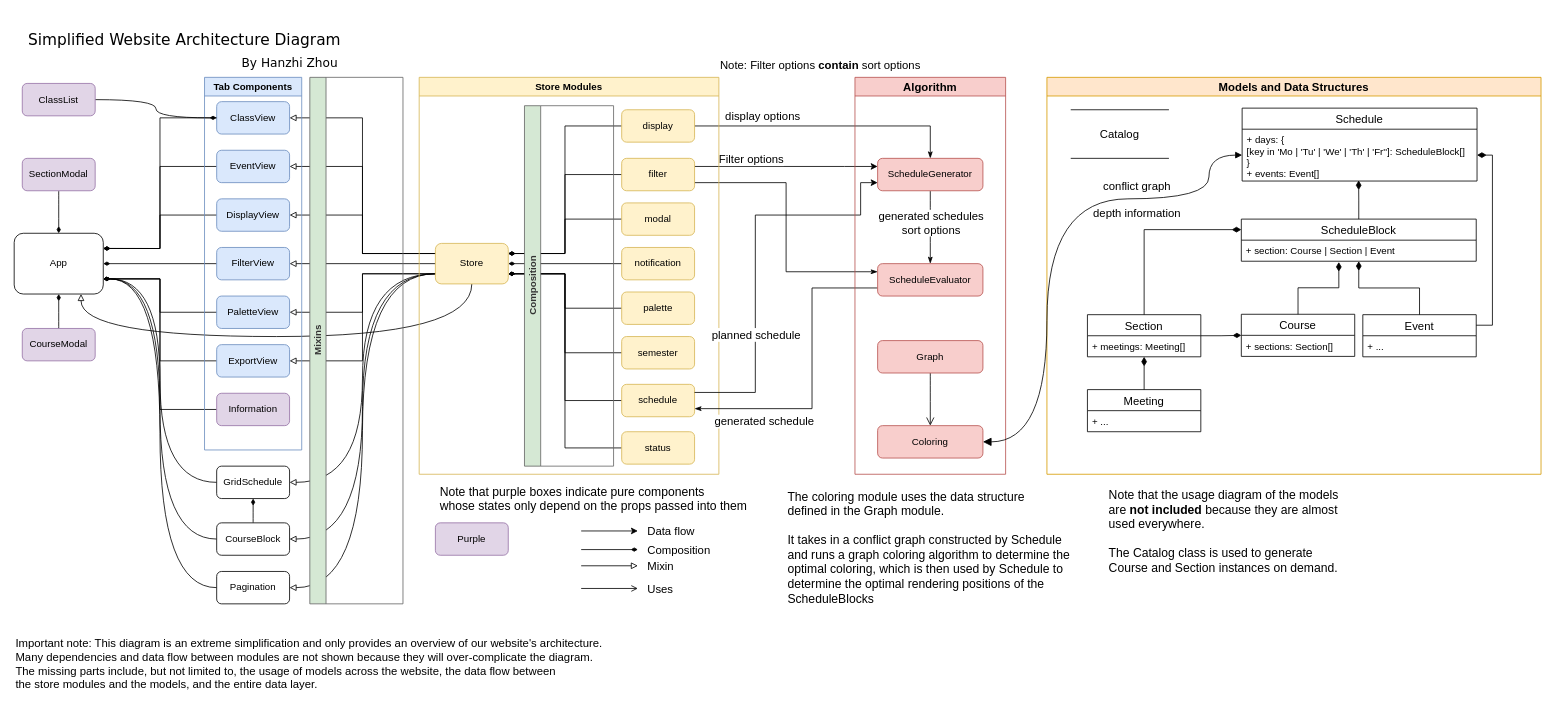
This is docs/Website Architecture.drawio from awesome-schedule/plannable, a draw.io file, before an edit. Source tidied: cells renumbered, new cells numbered last; positions are measured from the earlier drawing's top-left corner, leaving out a move shared by most shapes. Both pictures are drawn from the tidied source at 81%, with x=0, y=0 at pixel (14, 31).
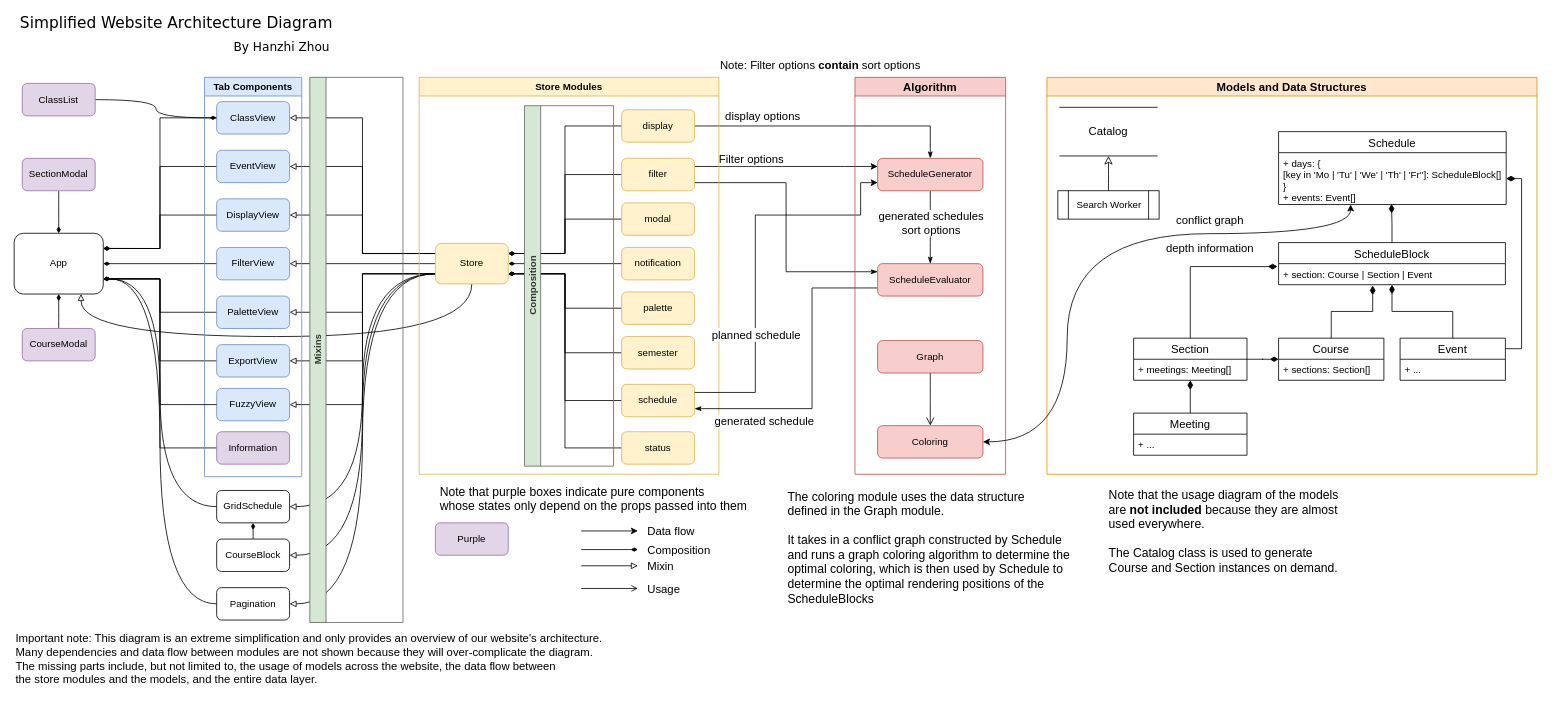
The same diagram, later.

Commit message:
update arch diagram to include new components

Unchanged cells that the change refers to:
```xml
<mxCell id="20" value="Store" style="rounded=1;whiteSpace=wrap;html=1;fillColor=#fff2cc;strokeColor=#d6b656;" parent="1" vertex="1">
  <mxGeometry x="520" y="262" width="90" height="50" as="geometry" />
</mxCell>
<mxCell id="39" value="App" style="rounded=1;whiteSpace=wrap;html=1;" parent="1" vertex="1">
  <mxGeometry y="249.5" width="110" height="75" as="geometry" />
</mxCell>
<mxCell id="84" value="Coloring" style="rounded=1;whiteSpace=wrap;html=1;fillColor=#f8cecc;strokeColor=#b85450;" parent="83" vertex="1">
  <mxGeometry x="28" y="430" width="130" height="40" as="geometry" />
</mxCell>
```

What changed in the source:
```diff
@@
+    <mxCell id="118" style="edgeStyle=orthogonalEdgeStyle;rounded=0;jettySize=auto;html=1;exitX=0;exitY=0.75;exitDx=0;exitDy=0;entryX=1;entryY=0.5;entryDx=0;entryDy=0;endArrow=block;endFill=0;" parent="1" edge="1" source="20" target="119">
+      <mxGeometry relative="1" as="geometry" />
+    </mxCell>
@@
+    <mxCell id="48" value="Tab Components" style="swimlane;startSize=23;fillColor=#dae8fc;strokeColor=#6c8ebf;" parent="1" vertex="1">
+      <mxGeometry x="235" y="57" width="120" height="493" as="geometry" />
+    </mxCell>
-    <mxCell id="47" value="Information" style="rounded=1;whiteSpace=wrap;html=1;fillColor=#e1d5e7;strokeColor=#9673a6;gradientDirection=east;" parent="1" vertex="1">
-      <mxGeometry x="250" y="447" width="90" height="40" as="geometry" />
+    <mxCell id="47" value="Information" style="rounded=1;whiteSpace=wrap;html=1;fillColor=#e1d5e7;strokeColor=#9673a6;gradientDirection=east;" parent="48" vertex="1">
+      <mxGeometry x="15" y="437.5" width="90" height="40" as="geometry" />
     </mxCell>
-    <mxCell id="48" value="Tab Components" style="swimlane;startSize=23;fillColor=#dae8fc;strokeColor=#6c8ebf;" parent="1" vertex="1">
-      <mxGeometry x="235" y="57" width="120" height="460" as="geometry" />
-    </mxCell>
+    <mxCell id="119" value="FuzzyView" style="rounded=1;whiteSpace=wrap;html=1;fillColor=#dae8fc;strokeColor=#6c8ebf;" parent="48" vertex="1">
+      <mxGeometry x="15" y="384" width="90" height="40" as="geometry" />
+    </mxCell>
@@
     <mxCell id="53" value="Mixins" style="swimlane;html=1;horizontal=0;startSize=20;fillColor=#D5E8D4;strokeColor=#666666;fontColor=#333333;shadow=0;glass=0;noLabel=0;" parent="1" vertex="1">
-      <mxGeometry x="365" y="57" width="115" height="650" as="geometry" />
+      <mxGeometry x="365" y="57" width="115" height="673" as="geometry" />
     </mxCell>
@@
     <mxCell id="57" value="Pagination" style="rounded=1;whiteSpace=wrap;html=1;" parent="1" vertex="1">
-      <mxGeometry x="250" y="667" width="90" height="40" as="geometry" />
+      <mxGeometry x="250" y="687" width="90" height="40" as="geometry" />
     </mxCell>
@@
     <mxCell id="59" value="GridSchedule" style="rounded=1;whiteSpace=wrap;html=1;" parent="1" vertex="1">
-      <mxGeometry x="250" y="537" width="90" height="40" as="geometry" />
+      <mxGeometry x="250" y="567" width="90" height="40" as="geometry" />
     </mxCell>
@@
-    <mxCell id="61" style="edgeStyle=orthogonalEdgeStyle;curved=1;rounded=0;jettySize=auto;html=1;exitX=0;exitY=0.5;exitDx=0;exitDy=0;entryX=1;entryY=0.75;entryDx=0;entryDy=0;startArrow=none;startFill=0;endArrow=diamondThin;endFill=1;" parent="1" edge="1" source="62" target="39">
-      <mxGeometry relative="1" as="geometry" />
-    </mxCell>
     <mxCell id="62" value="CourseBlock" style="rounded=1;whiteSpace=wrap;html=1;" parent="1" vertex="1">
-      <mxGeometry x="250" y="607" width="90" height="40" as="geometry" />
+      <mxGeometry x="250" y="627" width="90" height="40" as="geometry" />
     </mxCell>
@@
-    <mxCell id="77" style="edgeStyle=orthogonalEdgeStyle;rounded=0;orthogonalLoop=1;jettySize=auto;html=1;fontSize=14;" parent="1" edge="1">
-      <mxGeometry relative="1" as="geometry">
-        <mxPoint x="700" y="617" as="sourcePoint" />
-        <mxPoint x="770" y="617" as="targetPoint" />
-      </mxGeometry>
-    </mxCell>
+    <mxCell id="120" style="edgeStyle=orthogonalEdgeStyle;rounded=0;orthogonalLoop=1;jettySize=auto;html=1;fontSize=14;" parent="1" edge="1">
+      <mxGeometry relative="1" as="geometry">
+        <mxPoint x="700" y="617" as="sourcePoint" />
+        <mxPoint x="770" y="617" as="targetPoint" />
+      </mxGeometry>
+    </mxCell>
@@
-    <mxCell id="79" style="edgeStyle=orthogonalEdgeStyle;rounded=0;orthogonalLoop=1;jettySize=auto;html=1;fontSize=14;endArrow=diamondThin;endFill=1;" parent="1" edge="1">
-      <mxGeometry relative="1" as="geometry">
-        <mxPoint x="700" y="640" as="sourcePoint" />
-        <mxPoint x="770" y="640" as="targetPoint" />
-      </mxGeometry>
-    </mxCell>
+    <mxCell id="121" style="edgeStyle=orthogonalEdgeStyle;rounded=0;orthogonalLoop=1;jettySize=auto;html=1;fontSize=14;endArrow=diamondThin;endFill=1;" parent="1" edge="1">
+      <mxGeometry relative="1" as="geometry">
+        <mxPoint x="700" y="640" as="sourcePoint" />
+        <mxPoint x="770" y="640" as="targetPoint" />
+      </mxGeometry>
+    </mxCell>
@@
-    <mxCell id="81" style="edgeStyle=orthogonalEdgeStyle;rounded=0;orthogonalLoop=1;jettySize=auto;html=1;fontSize=14;endArrow=block;endFill=0;" parent="1" edge="1">
-      <mxGeometry relative="1" as="geometry">
-        <mxPoint x="700" y="660" as="sourcePoint" />
-        <mxPoint x="770" y="660" as="targetPoint" />
-      </mxGeometry>
-    </mxCell>
+    <mxCell id="122" style="edgeStyle=orthogonalEdgeStyle;rounded=0;orthogonalLoop=1;jettySize=auto;html=1;fontSize=14;endArrow=block;endFill=0;" parent="1" edge="1">
+      <mxGeometry relative="1" as="geometry">
+        <mxPoint x="700" y="660" as="sourcePoint" />
+        <mxPoint x="770" y="660" as="targetPoint" />
+      </mxGeometry>
+    </mxCell>
@@
     <mxCell id="89" value="Course" style="swimlane;fontStyle=0;horizontal=1;startSize=26;fillColor=none;fontSize=14;" parent="1" vertex="1">
-      <mxGeometry x="1515" y="349.5" width="140" height="52" as="geometry" />
+      <mxGeometry x="1561" y="379" width="130" height="52" as="geometry" />
     </mxCell>
     <mxCell id="90" value="+ sections: Section[] " style="text;strokeColor=none;fillColor=none;align=left;verticalAlign=top;spacingLeft=4;spacingRight=4;overflow=hidden;" parent="89" vertex="1">
-      <mxGeometry y="26" width="140" height="26" as="geometry" />
+      <mxGeometry y="26" width="130" height="26" as="geometry" />
     </mxCell>
@@
-    <mxCell id="92" style="edgeStyle=orthogonalEdgeStyle;rounded=0;jettySize=auto;html=1;exitX=0.5;exitY=0;exitDx=0;exitDy=0;entryX=0;entryY=0.25;entryDx=0;entryDy=0;endArrow=diamondThin;endFill=1;fontSize=14;endSize=9;" parent="1" edge="1" source="93" target="101">
-      <mxGeometry relative="1" as="geometry" />
-    </mxCell>
+    <mxCell id="123" style="edgeStyle=orthogonalEdgeStyle;rounded=0;jettySize=auto;html=1;exitX=0.5;exitY=0;exitDx=0;exitDy=0;entryX=-0.005;entryY=0.139;entryDx=0;entryDy=0;endArrow=diamondThin;endFill=1;fontSize=14;endSize=9;entryPerimeter=0;" parent="1" edge="1" source="93" target="102">
+      <mxGeometry relative="1" as="geometry" />
+    </mxCell>
     <mxCell id="93" value="Section" style="swimlane;fontStyle=0;horizontal=1;startSize=26;fillColor=none;fontSize=14;" parent="1" vertex="1">
-      <mxGeometry x="1325" y="350" width="140" height="52" as="geometry" />
+      <mxGeometry x="1382" y="379" width="140" height="52" as="geometry" />
     </mxCell>
@@
     <mxCell id="96" value="Meeting" style="swimlane;fontStyle=0;horizontal=1;startSize=26;fillColor=none;fontSize=14;" parent="1" vertex="1">
-      <mxGeometry x="1325" y="442.5" width="140" height="52" as="geometry" />
+      <mxGeometry x="1382" y="471.5" width="140" height="52" as="geometry" />
     </mxCell>
-    <mxCell id="97" value="+ ... " style="text;strokeColor=none;fillColor=none;align=left;verticalAlign=top;spacingLeft=4;spacingRight=4;overflow=hidden;" parent="96" vertex="1">
-      <mxGeometry y="26" width="140" height="26" as="geometry" />
-    </mxCell>
+    <mxCell id="124" value="+ ... " style="text;strokeColor=none;fillColor=none;align=left;verticalAlign=top;spacingLeft=4;spacingRight=4;overflow=hidden;" parent="96" vertex="1">
+      <mxGeometry y="26" width="140" height="26" as="geometry" />
+    </mxCell>
     <mxCell id="98" value="Schedule" style="swimlane;fontStyle=0;horizontal=1;startSize=26;fillColor=none;fontSize=14;" parent="1" vertex="1">
-      <mxGeometry x="1516" y="95" width="290" height="90" as="geometry" />
+      <mxGeometry x="1561" y="124" width="281" height="90" as="geometry" />
     </mxCell>
     <mxCell id="99" value="+ days: {&#10;[key in 'Mo | 'Tu' | 'We' | 'Th' | 'Fr'']: ScheduleBlock[]&#10;} &#10;+ events: Event[]&#10;" style="text;strokeColor=none;fillColor=none;align=left;verticalAlign=top;spacingLeft=4;spacingRight=4;overflow=hidden;points=[[0,0.5],[1,0.5]];portConstraint=eastwest;" parent="98" vertex="1">
-      <mxGeometry y="26" width="290" height="64" as="geometry" />
+      <mxGeometry y="26" width="281" height="64" as="geometry" />
     </mxCell>
@@
     <mxCell id="101" value="ScheduleBlock" style="swimlane;fontStyle=0;horizontal=1;startSize=26;fillColor=none;fontSize=14;" parent="1" vertex="1">
-      <mxGeometry x="1515" y="232" width="290" height="52" as="geometry" />
+      <mxGeometry x="1561" y="261" width="280" height="52" as="geometry" />
     </mxCell>
     <mxCell id="102" value="+ section: Course | Section | Event " style="text;strokeColor=none;fillColor=none;align=left;verticalAlign=top;spacingLeft=4;spacingRight=4;overflow=hidden;points=[[0,0.5],[1,0.5]];portConstraint=eastwest;" parent="101" vertex="1">
-      <mxGeometry y="26" width="290" height="26" as="geometry" />
+      <mxGeometry y="26" width="280" height="26" as="geometry" />
     </mxCell>
@@
     <mxCell id="105" value="Event" style="swimlane;fontStyle=0;horizontal=1;startSize=26;fillColor=none;fontSize=14;" parent="1" vertex="1">
-      <mxGeometry x="1665" y="350" width="140" height="52" as="geometry" />
+      <mxGeometry x="1711" y="379" width="130" height="52" as="geometry" />
     </mxCell>
-    <mxCell id="106" value="+ ... " style="text;strokeColor=none;fillColor=none;align=left;verticalAlign=top;spacingLeft=4;spacingRight=4;overflow=hidden;" parent="105" vertex="1">
-      <mxGeometry y="26" width="140" height="26" as="geometry" />
-    </mxCell>
+    <mxCell id="125" value="+ ... " style="text;strokeColor=none;fillColor=none;align=left;verticalAlign=top;spacingLeft=4;spacingRight=4;overflow=hidden;" parent="105" vertex="1">
+      <mxGeometry y="26" width="130" height="26" as="geometry" />
+    </mxCell>
     <mxCell id="107" value="Models and Data Structures" style="swimlane;fontSize=14;fillColor=#ffe6cc;strokeColor=#d79b00;" parent="1" vertex="1">
-      <mxGeometry x="1275" y="57" width="610" height="490" as="geometry" />
+      <mxGeometry x="1275" y="57" width="605" height="490" as="geometry" />
     </mxCell>
     <mxCell id="108" value="Catalog" style="shape=partialRectangle;whiteSpace=wrap;html=1;left=0;right=0;fillColor=none;fontSize=14;" parent="107" vertex="1">
-      <mxGeometry x="30" y="40" width="120" height="60" as="geometry" />
+      <mxGeometry x="16" y="37" width="120" height="60" as="geometry" />
     </mxCell>
+    <mxCell id="126" style="edgeStyle=orthogonalEdgeStyle;curved=1;rounded=0;jettySize=auto;html=1;exitX=0.5;exitY=0;exitDx=0;exitDy=0;entryX=0.5;entryY=1;entryDx=0;entryDy=0;startArrow=none;startFill=0;endArrow=classic;endFill=0;endSize=8;fontSize=14;" parent="107" edge="1" source="127" target="108">
+      <mxGeometry relative="1" as="geometry" />
+    </mxCell>
+    <mxCell id="127" value="Search Worker" style="shape=process;whiteSpace=wrap;html=1;backgroundOutline=1;" parent="107" vertex="1">
+      <mxGeometry x="13.5" y="140" width="125" height="35" as="geometry" />
+    </mxCell>
-    <mxCell id="109" style="edgeStyle=orthogonalEdgeStyle;curved=1;rounded=0;jettySize=auto;html=1;exitX=0;exitY=0.5;exitDx=0;exitDy=0;entryX=1;entryY=0.5;entryDx=0;entryDy=0;endArrow=block;endFill=1;endSize=8;fontSize=14;startArrow=block;startFill=1;" parent="1" edge="1" source="99" target="84">
+    <mxCell id="109" style="edgeStyle=orthogonalEdgeStyle;curved=1;startArrow=classic;startFill=1;" parent="1" edge="1" source="99" target="84">
       <mxGeometry relative="1" as="geometry">
         <Array as="points">
-          <mxPoint x="1475" y="153" />
-          <mxPoint x="1475" y="207" />
-          <mxPoint x="1275" y="207" />
-          <mxPoint x="1275" y="507" />
+          <mxPoint x="1650" y="250" />
+          <mxPoint x="1300" y="250" />
+          <mxPoint x="1300" y="507" />
         </Array>
       </mxGeometry>
     </mxCell>
@@
-    <mxCell id="111" style="edgeStyle=orthogonalEdgeStyle;rounded=0;orthogonalLoop=1;jettySize=auto;html=1;fontSize=14;endArrow=open;endFill=0;" parent="1" edge="1">
-      <mxGeometry relative="1" as="geometry">
-        <mxPoint x="700" y="688" as="sourcePoint" />
-        <mxPoint x="770" y="688" as="targetPoint" />
-      </mxGeometry>
-    </mxCell>
-    <mxCell id="112" value="Uses" style="text;html=1;align=left;verticalAlign=top;spacingTop=-4;fontSize=14;" parent="1" vertex="1">
-      <mxGeometry x="780" y="678" width="50" height="20" as="geometry" />
-    </mxCell>
+    <mxCell id="128" style="edgeStyle=orthogonalEdgeStyle;rounded=0;orthogonalLoop=1;jettySize=auto;html=1;fontSize=14;endArrow=open;endFill=0;" parent="1" edge="1">
+      <mxGeometry relative="1" as="geometry">
+        <mxPoint x="700" y="688" as="sourcePoint" />
+        <mxPoint x="770" y="688" as="targetPoint" />
+      </mxGeometry>
+    </mxCell>
+    <mxCell id="129" value="Usage" style="text;html=1;align=left;verticalAlign=top;spacingTop=-4;fontSize=14;" parent="1" vertex="1">
+      <mxGeometry x="780" y="678" width="60" height="20" as="geometry" />
+    </mxCell>
@@
     <mxCell id="115" value="&lt;font face=&quot;Verdana&quot;&gt;&lt;span style=&quot;font-size: 19px&quot;&gt;Simplified Website Architecture Diagram&lt;/span&gt;&lt;/font&gt;" style="text;html=1;align=center;verticalAlign=middle;fillColor=none;strokeColor=none;rounded=0;labelBackgroundColor=none;fontSize=14;" parent="1" vertex="1">
-      <mxGeometry x="10" width="400" height="20" as="geometry" />
+      <mxGeometry y="-20" width="400" height="20" as="geometry" />
     </mxCell>
     <mxCell id="116" value="&lt;font face=&quot;Verdana&quot; style=&quot;font-size: 15px&quot;&gt;By Hanzhi Zhou&lt;/font&gt;" style="text;html=1;align=center;verticalAlign=middle;fillColor=none;strokeColor=none;rounded=0;labelBackgroundColor=none;fontSize=14;" parent="1" vertex="1">
-      <mxGeometry x="275" y="28.5" width="130" height="20" as="geometry" />
+      <mxGeometry x="265" y="8.5" width="130" height="20" as="geometry" />
     </mxCell>
     <mxCell id="117" value="Important note: This diagram is an extreme simplification and only provides an overview of our website's architecture. &lt;br&gt;Many dependencies and data flow between modules are not shown because they will over-complicate the diagram. &lt;br&gt;The missing parts include, but not limited to, the usage of models across the website, the data flow between&lt;br&gt;the store&amp;nbsp;modules and the models, and the entire data layer.&amp;nbsp;" style="text;align=left;verticalAlign=top;spacingTop=-4;fontSize=14;labelBorderColor=none;html=1;" parent="1" vertex="1">
-      <mxGeometry y="745" width="740" height="70" as="geometry" />
+      <mxGeometry y="739" width="740" height="70" as="geometry" />
     </mxCell>
+    <mxCell id="130" style="edgeStyle=orthogonalEdgeStyle;rounded=0;jettySize=auto;html=1;exitX=0;exitY=0.5;exitDx=0;exitDy=0;entryX=1;entryY=0.75;entryDx=0;entryDy=0;endArrow=diamondThin;endFill=1;" parent="1" edge="1" source="119" target="39">
+      <mxGeometry relative="1" as="geometry" />
+    </mxCell>
```
